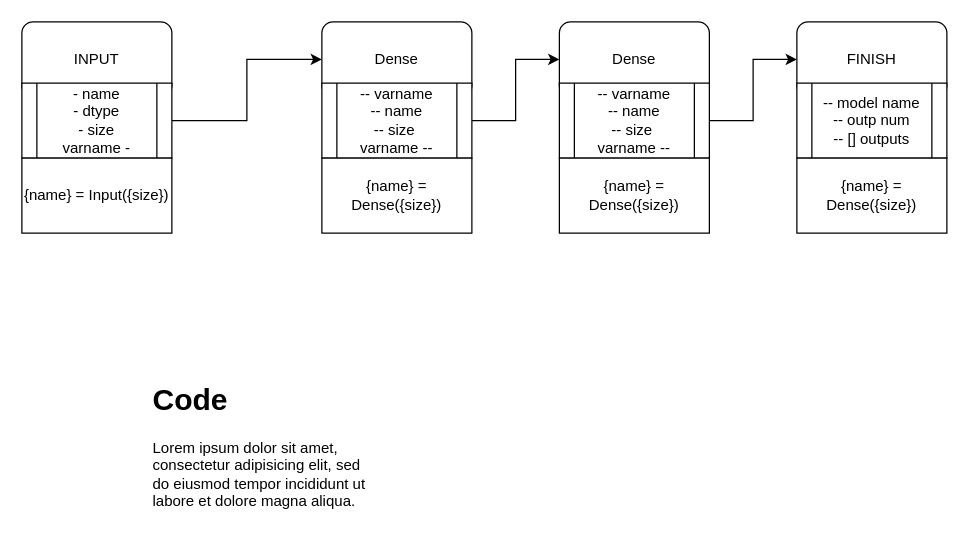
kivicode/NodeNet keeps this draw.io diagram as planning/Code generation alg.drawio. Above is the earlier version. Source tidied: cells renumbered, new cells numbered last; positions are measured from the earlier drawing's top-left corner, leaving out a move shared by most shapes. Both pictures are drawn from the tidied source at 125%, with x=0, y=0 at pixel (21, 21).
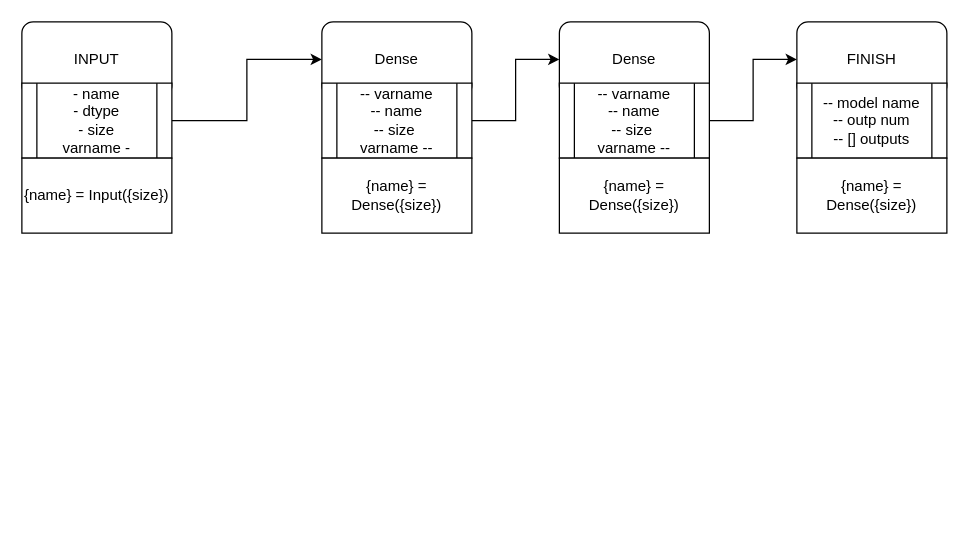
After the change.

Change to the diagram source:
```diff
@@
 <mxGraphModel>
   <root>
     <mxCell id="0" />
     <mxCell id="1" parent="0" />
     <mxCell id="2" value="INPUT" style="rounded=1;whiteSpace=wrap;html=1;" parent="1" vertex="1">
       <mxGeometry width="120" height="60" as="geometry" />
     </mxCell>
     <mxCell id="3" value="FINISH" style="rounded=1;whiteSpace=wrap;html=1;" parent="1" vertex="1">
       <mxGeometry x="620" width="120" height="60" as="geometry" />
     </mxCell>
     <mxCell id="4" style="edgeStyle=orthogonalEdgeStyle;rounded=0;jettySize=auto;html=1;exitX=1;exitY=0.5;exitDx=0;exitDy=0;entryX=0;entryY=0.5;entryDx=0;entryDy=0;" parent="1" edge="1" source="5" target="6">
       <mxGeometry relative="1" as="geometry" />
     </mxCell>
     <mxCell id="5" value="- name&lt;br&gt;- dtype&lt;br&gt;- size&lt;br&gt;varname -" style="shape=process;whiteSpace=wrap;html=1;backgroundOutline=1;" parent="1" vertex="1">
       <mxGeometry y="49" width="120" height="60" as="geometry" />
     </mxCell>
     <mxCell id="6" value="Dense" style="rounded=1;whiteSpace=wrap;html=1;" parent="1" vertex="1">
       <mxGeometry x="240" width="120" height="60" as="geometry" />
     </mxCell>
     <mxCell id="7" style="edgeStyle=orthogonalEdgeStyle;rounded=0;jettySize=auto;html=1;exitX=1;exitY=0.5;exitDx=0;exitDy=0;entryX=0;entryY=0.5;entryDx=0;entryDy=0;" parent="1" edge="1" source="8" target="10">
       <mxGeometry relative="1" as="geometry" />
     </mxCell>
     <mxCell id="8" value="-- varname&lt;br&gt;-- name&lt;br&gt;-- size&amp;nbsp;&lt;br&gt;varname --" style="shape=process;whiteSpace=wrap;html=1;backgroundOutline=1;" parent="1" vertex="1">
       <mxGeometry x="240" y="49" width="120" height="60" as="geometry" />
     </mxCell>
     <mxCell id="9" value="-- model name&lt;br&gt;-- outp num&lt;br&gt;-- [] outputs" style="shape=process;whiteSpace=wrap;html=1;backgroundOutline=1;" parent="1" vertex="1">
       <mxGeometry x="620" y="49" width="120" height="60" as="geometry" />
     </mxCell>
     <mxCell id="10" value="Dense" style="rounded=1;whiteSpace=wrap;html=1;" parent="1" vertex="1">
       <mxGeometry x="430" width="120" height="60" as="geometry" />
     </mxCell>
     <mxCell id="11" style="edgeStyle=orthogonalEdgeStyle;rounded=0;jettySize=auto;html=1;exitX=1;exitY=0.5;exitDx=0;exitDy=0;entryX=0;entryY=0.5;entryDx=0;entryDy=0;" parent="1" edge="1" source="12" target="3">
       <mxGeometry relative="1" as="geometry" />
     </mxCell>
     <mxCell id="12" value="-- varname&lt;br&gt;-- name&lt;br&gt;-- size&amp;nbsp;&lt;br&gt;varname --" style="shape=process;whiteSpace=wrap;html=1;backgroundOutline=1;" parent="1" vertex="1">
       <mxGeometry x="430" y="49" width="120" height="60" as="geometry" />
     </mxCell>
-    <mxCell id="13" value="&lt;h1&gt;Code&lt;/h1&gt;&lt;p&gt;Lorem ipsum dolor sit amet, consectetur adipisicing elit, sed do eiusmod tempor incididunt ut labore et dolore magna aliqua.&lt;/p&gt;" style="text;html=1;strokeColor=none;fillColor=none;spacing=5;spacingTop=-20;whiteSpace=wrap;overflow=hidden;rounded=0;" parent="1" vertex="1">
-      <mxGeometry x="100" y="283" width="190" height="120" as="geometry" />
-    </mxCell>
     <mxCell id="14" value="&lt;span style=&quot;white-space: normal&quot;&gt;{name} = Input({size})&lt;/span&gt;" style="rounded=0;whiteSpace=wrap;html=1;" parent="1" vertex="1">
       <mxGeometry y="109" width="120" height="60" as="geometry" />
     </mxCell>
     <mxCell id="15" value="&lt;span style=&quot;white-space: normal&quot;&gt;{name} = Dense({size})&lt;/span&gt;" style="rounded=0;whiteSpace=wrap;html=1;" parent="1" vertex="1">
       <mxGeometry x="240" y="109" width="120" height="60" as="geometry" />
     </mxCell>
     <mxCell id="16" value="&lt;span style=&quot;white-space: normal&quot;&gt;{name} = Dense({size})&lt;/span&gt;" style="rounded=0;whiteSpace=wrap;html=1;" parent="1" vertex="1">
       <mxGeometry x="430" y="109" width="120" height="60" as="geometry" />
     </mxCell>
     <mxCell id="17" value="&lt;span style=&quot;white-space: normal&quot;&gt;{name} = Dense({size})&lt;/span&gt;" style="rounded=0;whiteSpace=wrap;html=1;" parent="1" vertex="1">
       <mxGeometry x="620" y="109" width="120" height="60" as="geometry" />
     </mxCell>
   </root>
 </mxGraphModel>
```
